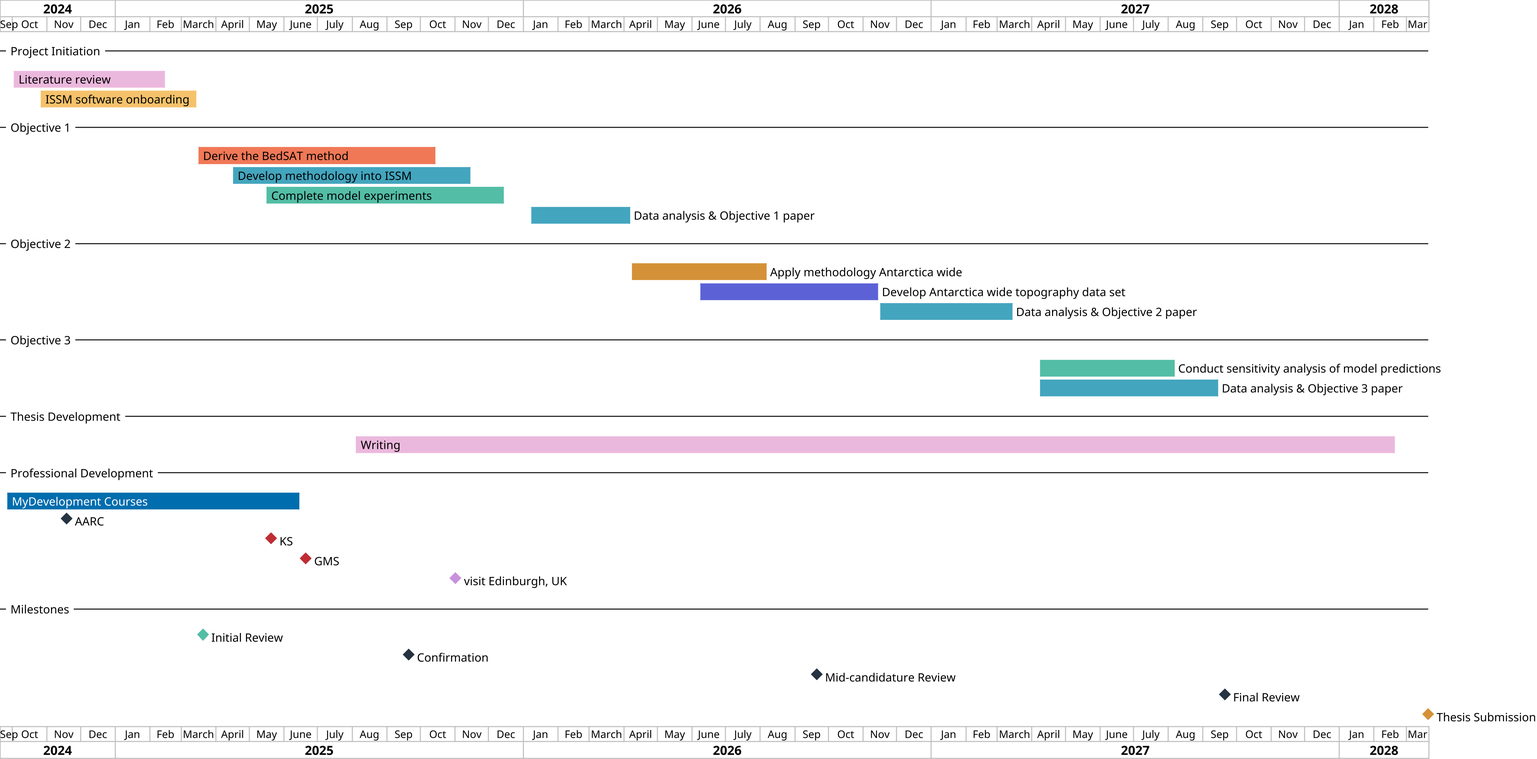
anabanami/BEDSAT keeps this PlantUML diagram as write/timeline.png. Above is the earlier version.
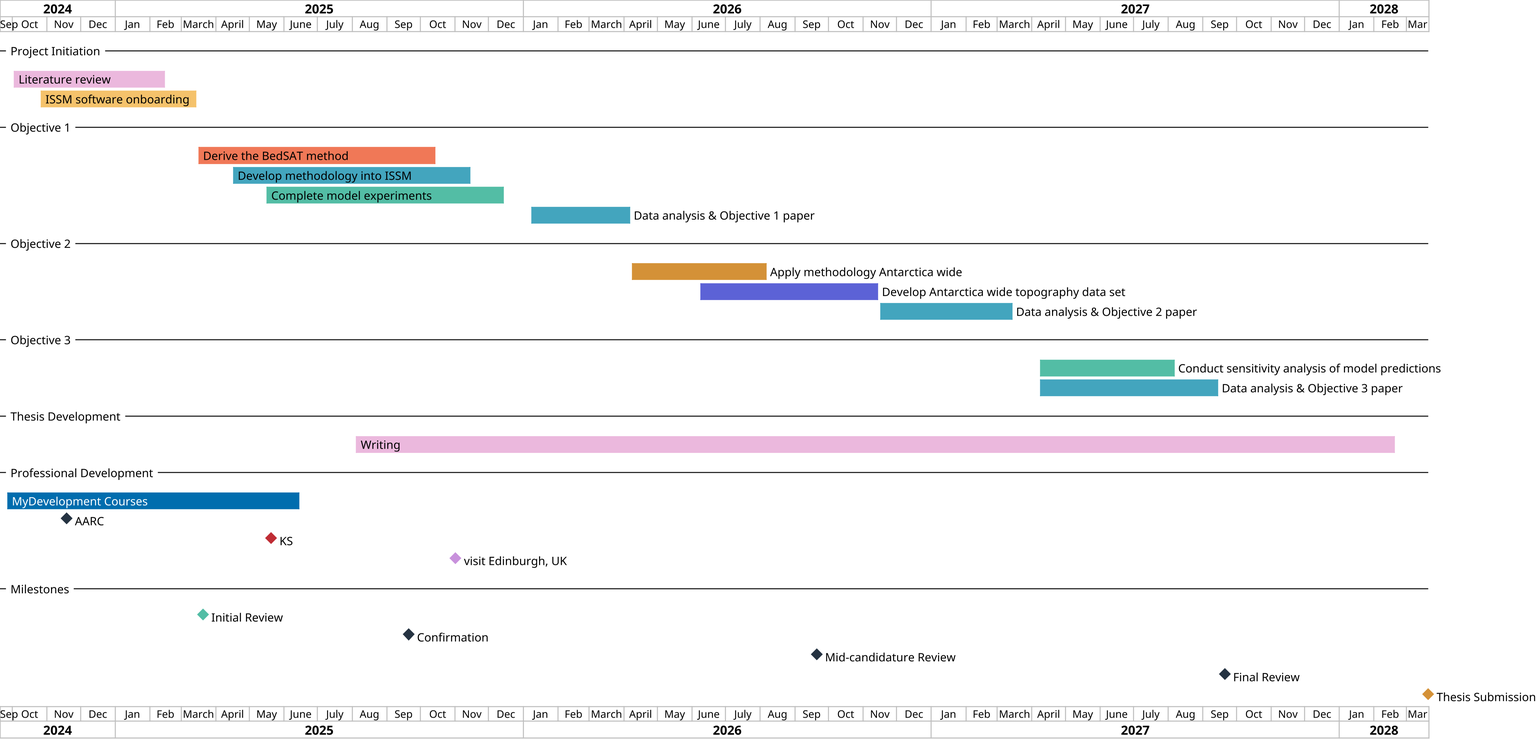
Later version of the same file.

The edit, as a diff of the source:
```diff
@@ -35,12 +35,12 @@
 -- Thesis Development --
 [Writing] starts 2025-08-03 and ends 2028-02-20
 [Writing] is colored in #ebb8dd
+
 -- Professional Development --
 [<font color="white">MyDevelopment Courses</font>] as [MDC] starts 2024-09-25 and ends 2025-06-15
 [MDC] is colored in #006DAE
 [AARC] happens 2024-11-18 and is colored in #253342
 [KS] happens 2025-05-20 and is colored in #bf2c34
-[GMS] happens 2025-06-20 and is colored in #bf2c34
 [visit Edinburgh, UK] happens 2025-11-01 and is colored in #C891DC
 
 -- Milestones --
```
